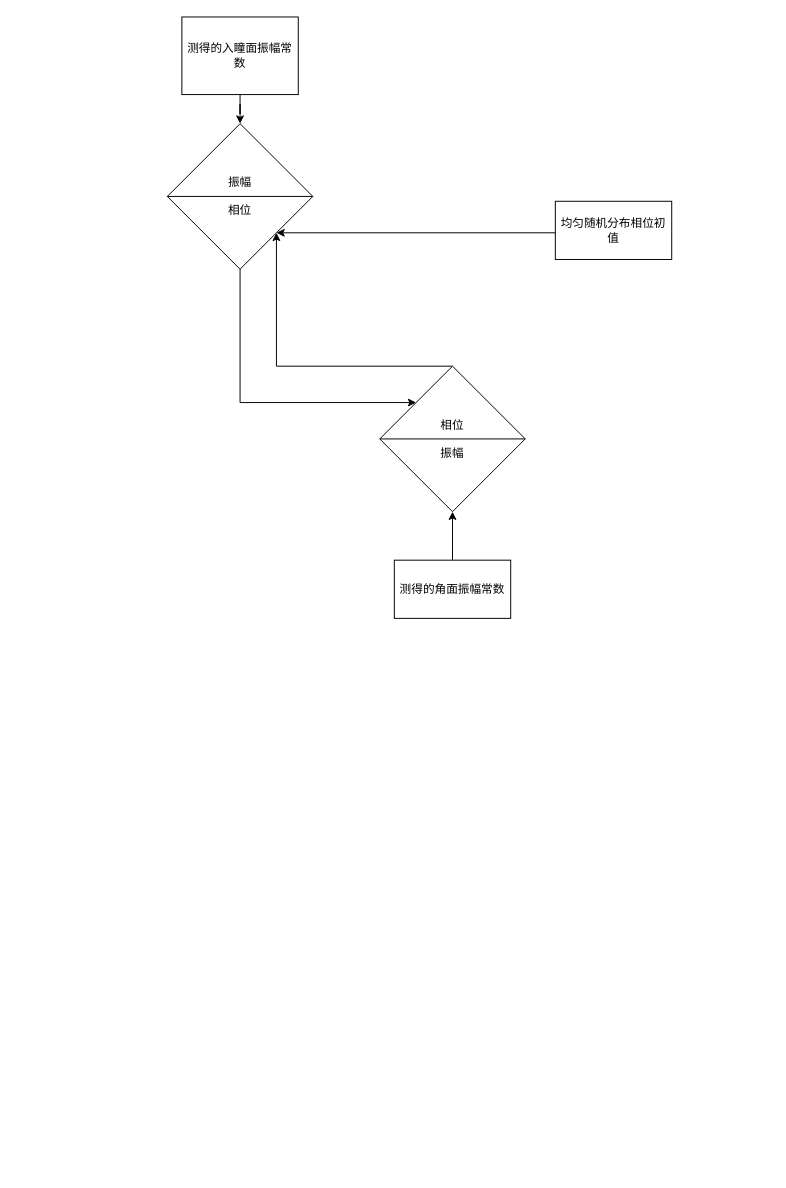
USSOFol/pic keeps this draw.io diagram as Untitled Diagram.drawio. Above is the earlier version. Source tidied: cells renumbered, new cells numbered last; positions are measured from the earlier drawing's top-left corner, leaving out a move shared by most shapes. Both pictures are drawn from the tidied source at 97%, with x=0, y=0 at pixel (167, 16).
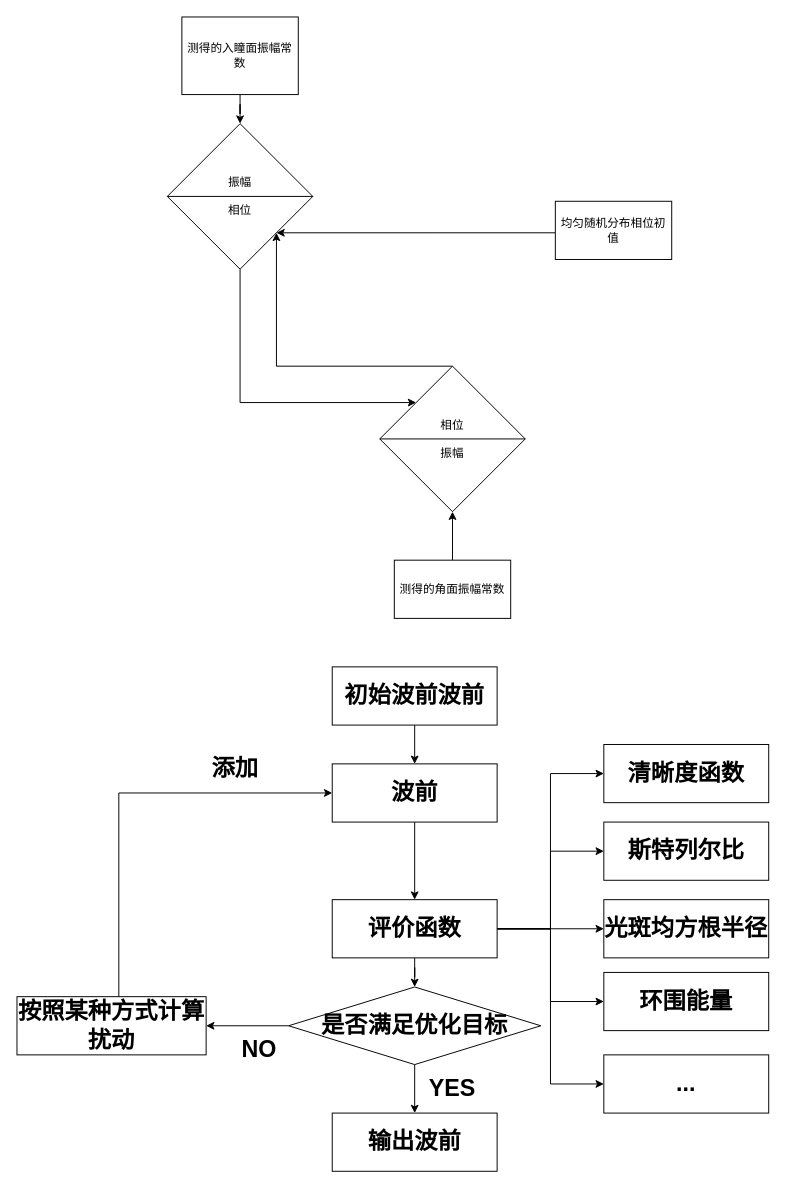
The same page after the edit.

Diff of the diagram source:
```diff
@@
+    <mxCell id="12" style="edgeStyle=orthogonalEdgeStyle;rounded=0;jettySize=auto;html=1;entryX=0.5;entryY=0;entryDx=0;entryDy=0;" parent="1" edge="1" source="13" target="20">
+      <mxGeometry relative="1" as="geometry" />
+    </mxCell>
+    <mxCell id="13" value="&lt;h1&gt;波前&lt;/h1&gt;" style="rounded=0;whiteSpace=wrap;html=1;" parent="1" vertex="1">
+      <mxGeometry x="170" y="770" width="170" height="60" as="geometry" />
+    </mxCell>
+    <mxCell id="14" style="edgeStyle=orthogonalEdgeStyle;rounded=0;jettySize=auto;html=1;" parent="1" edge="1" source="20" target="23">
+      <mxGeometry relative="1" as="geometry" />
+    </mxCell>
+    <mxCell id="15" style="edgeStyle=orthogonalEdgeStyle;rounded=0;jettySize=auto;html=1;entryX=0;entryY=0.5;entryDx=0;entryDy=0;" parent="1" edge="1" source="20" target="31">
+      <mxGeometry relative="1" as="geometry" />
+    </mxCell>
+    <mxCell id="16" style="edgeStyle=orthogonalEdgeStyle;rounded=0;jettySize=auto;html=1;entryX=0;entryY=0.5;entryDx=0;entryDy=0;" parent="1" edge="1" source="20" target="34">
+      <mxGeometry relative="1" as="geometry" />
+    </mxCell>
+    <mxCell id="17" style="edgeStyle=orthogonalEdgeStyle;rounded=0;jettySize=auto;html=1;entryX=0;entryY=0.5;entryDx=0;entryDy=0;" parent="1" edge="1" source="20" target="32">
+      <mxGeometry relative="1" as="geometry" />
+    </mxCell>
+    <mxCell id="18" style="edgeStyle=orthogonalEdgeStyle;rounded=0;jettySize=auto;html=1;entryX=0;entryY=0.5;entryDx=0;entryDy=0;" parent="1" edge="1" source="20" target="33">
+      <mxGeometry relative="1" as="geometry" />
+    </mxCell>
+    <mxCell id="19" style="edgeStyle=orthogonalEdgeStyle;rounded=0;jettySize=auto;html=1;entryX=0;entryY=0.5;entryDx=0;entryDy=0;" parent="1" edge="1" source="20" target="35">
+      <mxGeometry relative="1" as="geometry" />
+    </mxCell>
+    <mxCell id="20" value="&lt;h1&gt;评价函数&lt;/h1&gt;" style="rounded=0;whiteSpace=wrap;html=1;" parent="1" vertex="1">
+      <mxGeometry x="170" y="910" width="170" height="60" as="geometry" />
+    </mxCell>
+    <mxCell id="21" style="edgeStyle=orthogonalEdgeStyle;rounded=0;jettySize=auto;html=1;" parent="1" edge="1" source="23" target="25">
+      <mxGeometry relative="1" as="geometry" />
+    </mxCell>
+    <mxCell id="22" style="edgeStyle=orthogonalEdgeStyle;rounded=0;jettySize=auto;html=1;" parent="1" edge="1" source="23" target="30">
+      <mxGeometry relative="1" as="geometry" />
+    </mxCell>
+    <mxCell id="23" value="&lt;h1&gt;是否满足优化目标&lt;/h1&gt;" style="rhombus;whiteSpace=wrap;html=1;" parent="1" vertex="1">
+      <mxGeometry x="125" y="1000" width="260" height="80" as="geometry" />
+    </mxCell>
+    <mxCell id="24" style="edgeStyle=orthogonalEdgeStyle;rounded=0;jettySize=auto;html=1;entryX=0;entryY=0.5;entryDx=0;entryDy=0;" parent="1" edge="1" source="25" target="13">
+      <mxGeometry relative="1" as="geometry">
+        <Array as="points">
+          <mxPoint x="-50" y="800" />
+        </Array>
+      </mxGeometry>
+    </mxCell>
+    <mxCell id="25" value="&lt;h1&gt;按照某种方式计算扰动&lt;/h1&gt;" style="whiteSpace=wrap;html=1;" parent="1" vertex="1">
+      <mxGeometry x="-155" y="1010" width="195" height="60" as="geometry" />
+    </mxCell>
+    <mxCell id="26" value="&lt;h1&gt;NO&lt;/h1&gt;" style="text;html=1;strokeColor=none;fillColor=none;align=center;verticalAlign=middle;whiteSpace=wrap;rounded=0;" parent="1" vertex="1">
+      <mxGeometry x="65" y="1050" width="60" height="30" as="geometry" />
+    </mxCell>
+    <mxCell id="27" style="edgeStyle=orthogonalEdgeStyle;rounded=0;jettySize=auto;html=1;" parent="1" edge="1" source="28" target="13">
+      <mxGeometry relative="1" as="geometry" />
+    </mxCell>
+    <mxCell id="28" value="&lt;h1&gt;初始波前波前&lt;/h1&gt;" style="rounded=0;whiteSpace=wrap;html=1;" parent="1" vertex="1">
+      <mxGeometry x="170" y="670" width="170" height="60" as="geometry" />
+    </mxCell>
+    <mxCell id="29" value="&lt;h1&gt;添加&lt;/h1&gt;" style="text;html=1;strokeColor=none;fillColor=none;align=center;verticalAlign=middle;whiteSpace=wrap;rounded=0;" parent="1" vertex="1">
+      <mxGeometry x="40" y="760" width="60" height="30" as="geometry" />
+    </mxCell>
+    <mxCell id="30" value="&lt;h1&gt;输出波前&lt;/h1&gt;" style="rounded=0;whiteSpace=wrap;html=1;" parent="1" vertex="1">
+      <mxGeometry x="170" y="1130" width="170" height="60" as="geometry" />
+    </mxCell>
+    <mxCell id="31" value="&lt;h1&gt;清晰度函数&lt;/h1&gt;" style="rounded=0;whiteSpace=wrap;html=1;" parent="1" vertex="1">
+      <mxGeometry x="450" y="750" width="170" height="60" as="geometry" />
+    </mxCell>
+    <mxCell id="32" value="&lt;h1&gt;斯特列尔比&lt;/h1&gt;" style="rounded=0;whiteSpace=wrap;html=1;" parent="1" vertex="1">
+      <mxGeometry x="450" y="830" width="170" height="60" as="geometry" />
+    </mxCell>
+    <mxCell id="33" value="&lt;h1&gt;光斑均方根半径&lt;/h1&gt;" style="rounded=0;whiteSpace=wrap;html=1;" parent="1" vertex="1">
+      <mxGeometry x="450" y="910" width="170" height="60" as="geometry" />
+    </mxCell>
+    <mxCell id="34" value="&lt;h1&gt;环围能量&lt;/h1&gt;" style="rounded=0;whiteSpace=wrap;html=1;" parent="1" vertex="1">
+      <mxGeometry x="450" y="985" width="170" height="60" as="geometry" />
+    </mxCell>
+    <mxCell id="35" value="&lt;h1&gt;...&lt;/h1&gt;" style="rounded=0;whiteSpace=wrap;html=1;" parent="1" vertex="1">
+      <mxGeometry x="450" y="1070" width="170" height="60" as="geometry" />
+    </mxCell>
+    <mxCell id="36" value="&lt;h1&gt;YES&lt;/h1&gt;" style="text;html=1;strokeColor=none;fillColor=none;align=center;verticalAlign=middle;whiteSpace=wrap;rounded=0;" parent="1" vertex="1">
+      <mxGeometry x="264" y="1090" width="60" height="30" as="geometry" />
+    </mxCell>
```
